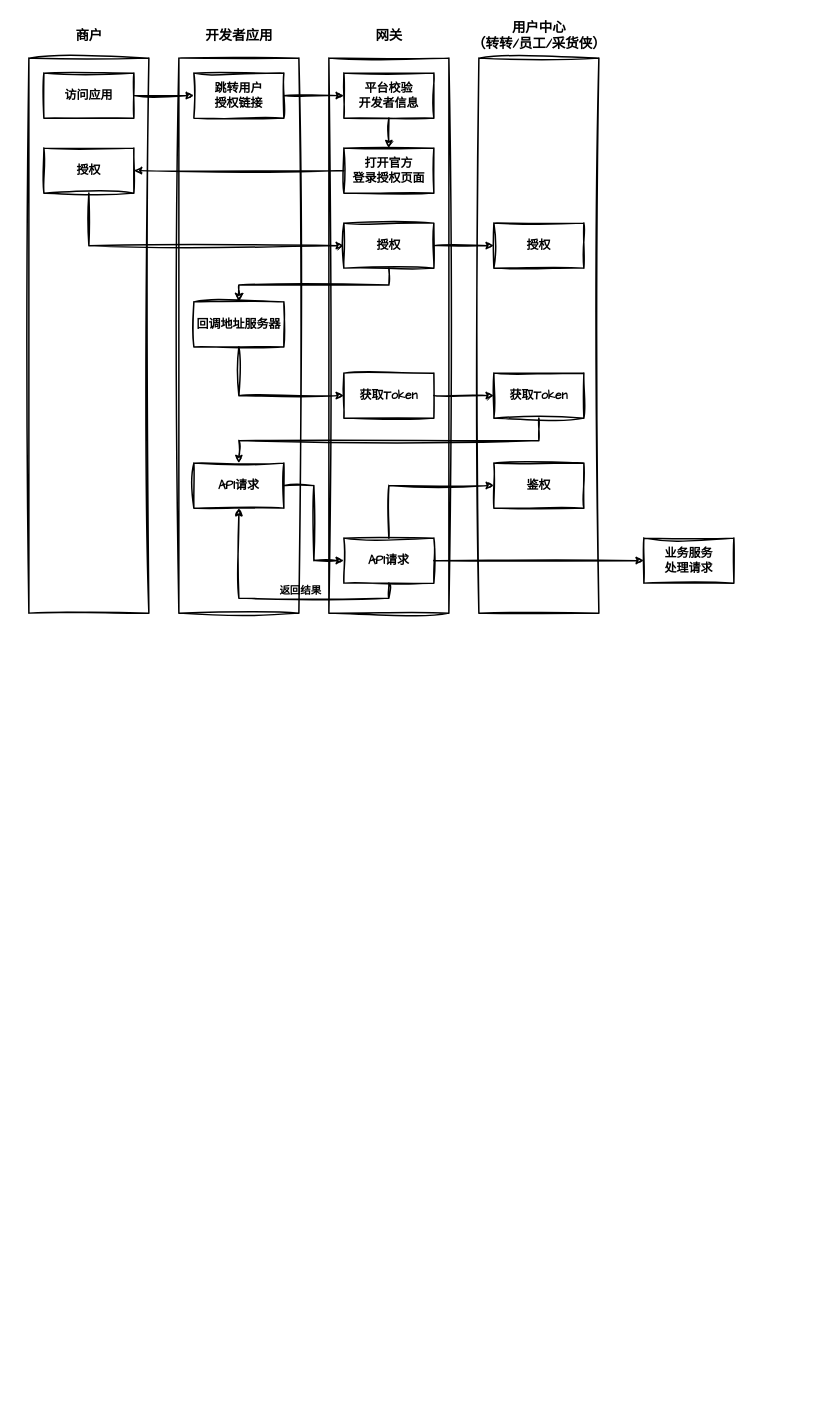
The draw.io diagram tech/proposal/oauth.drawio in zhuanzhuan-tech/arch-draw-io, before the edit. Source tidied: cells renumbered, new cells numbered last; positions are measured from the earlier drawing's top-left corner, leaving out a move shared by most shapes. Both pictures are drawn from the tidied source at 75%, with x=0, y=0 at pixel (28, 13).
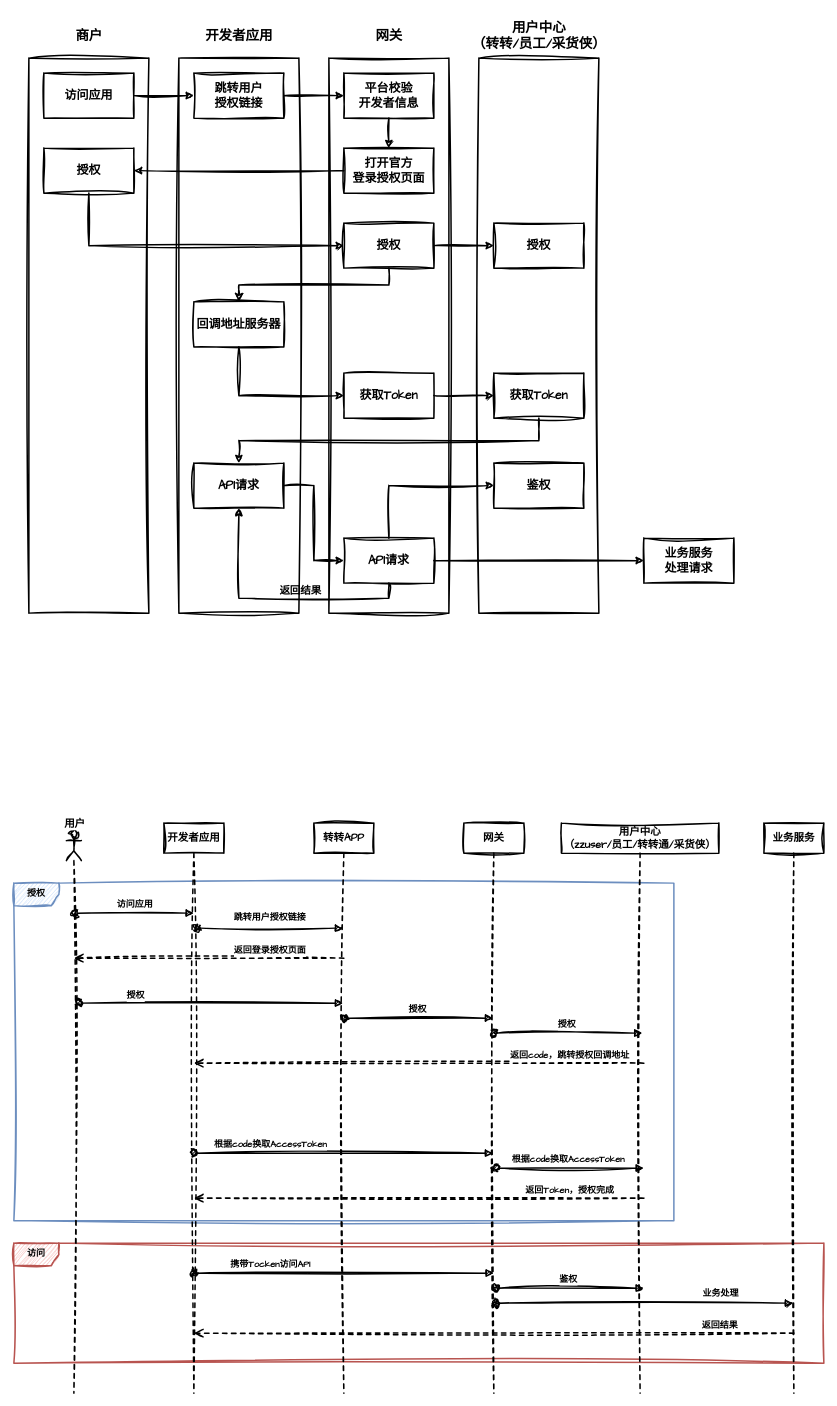
The same diagram, later.

Change to the diagram source:
```diff
@@
+    <mxCell id="39" value="&lt;b&gt;授权&lt;/b&gt;" style="shape=umlFrame;whiteSpace=wrap;html=1;sketch=1;hachureGap=4;jiggle=2;curveFitting=1;fontFamily=Architects Daughter;fillColor=#dae8fc;strokeColor=#6c8ebf;strokeWidth=2;" parent="1" vertex="1">
+      <mxGeometry x="-20" y="1160" width="880" height="450" as="geometry" />
+    </mxCell>
+    <mxCell id="40" value="&lt;b&gt;访问&lt;/b&gt;" style="shape=umlFrame;whiteSpace=wrap;html=1;sketch=1;hachureGap=4;jiggle=2;curveFitting=1;fontFamily=Architects Daughter;fillColor=#f8cecc;strokeColor=#b85450;strokeWidth=2;" parent="1" vertex="1">
+      <mxGeometry x="-20" y="1640" width="1080" height="160" as="geometry" />
+    </mxCell>
@@
+    <mxCell id="41" style="shape=umlLifeline;perimeter=lifelinePerimeter;whiteSpace=wrap;html=1;newEdgeStyle={&quot;curved&quot;:0,&quot;rounded&quot;:0};participant=umlActor;sketch=1;hachureGap=4;jiggle=2;curveFitting=1;fontFamily=Architects Daughter;strokeWidth=2;" parent="1" vertex="1">
+      <mxGeometry x="50" y="1090" width="20" height="750" as="geometry" />
+    </mxCell>
+    <mxCell id="42" value="&lt;b&gt;&lt;font style=&quot;font-size: 14px;&quot;&gt;开发者应用&lt;/font&gt;&lt;/b&gt;" style="shape=umlLifeline;perimeter=lifelinePerimeter;whiteSpace=wrap;html=1;outlineConnect=0;portConstraint=eastwest;newEdgeStyle={&quot;curved&quot;:0,&quot;rounded&quot;:0};sketch=1;hachureGap=4;jiggle=2;curveFitting=1;fontFamily=Architects Daughter;strokeWidth=2;fillColor=none;" parent="1" vertex="1">
+      <mxGeometry x="180" y="1080" width="80" height="760" as="geometry" />
+    </mxCell>
+    <mxCell id="43" value="&lt;b&gt;&lt;font style=&quot;font-size: 14px;&quot;&gt;转转APP&lt;/font&gt;&lt;/b&gt;" style="shape=umlLifeline;perimeter=lifelinePerimeter;whiteSpace=wrap;html=1;outlineConnect=0;portConstraint=eastwest;newEdgeStyle={&quot;curved&quot;:0,&quot;rounded&quot;:0};sketch=1;hachureGap=4;jiggle=2;curveFitting=1;fontFamily=Architects Daughter;strokeWidth=2;fillColor=none;" parent="1" vertex="1">
+      <mxGeometry x="380" y="1080" width="80" height="760" as="geometry" />
+    </mxCell>
+    <mxCell id="44" value="&lt;b&gt;&lt;font style=&quot;font-size: 14px;&quot;&gt;网关&lt;/font&gt;&lt;/b&gt;" style="shape=umlLifeline;perimeter=lifelinePerimeter;whiteSpace=wrap;html=1;outlineConnect=0;portConstraint=eastwest;newEdgeStyle={&quot;curved&quot;:0,&quot;rounded&quot;:0};sketch=1;hachureGap=4;jiggle=2;curveFitting=1;fontFamily=Architects Daughter;strokeWidth=2;fillColor=none;" parent="1" vertex="1">
+      <mxGeometry x="580" y="1080" width="80" height="760" as="geometry" />
+    </mxCell>
+    <mxCell id="45" value="&lt;b&gt;&lt;font style=&quot;font-size: 14px;&quot;&gt;用户中心&lt;/font&gt;&lt;/b&gt;&lt;div&gt;&lt;b&gt;&lt;font style=&quot;font-size: 14px;&quot;&gt;（zzuser/员工/转转通/采货侠）&lt;/font&gt;&lt;/b&gt;&lt;/div&gt;" style="shape=umlLifeline;perimeter=lifelinePerimeter;whiteSpace=wrap;html=1;newEdgeStyle={&quot;curved&quot;:0,&quot;rounded&quot;:0};sketch=1;hachureGap=4;jiggle=2;curveFitting=1;fontFamily=Architects Daughter;strokeWidth=2;fillColor=none;" parent="1" vertex="1">
+      <mxGeometry x="710" y="1080" width="210" height="760" as="geometry" />
+    </mxCell>
+    <mxCell id="46" value="&lt;b&gt;&lt;font style=&quot;font-size: 14px;&quot;&gt;业务服务&lt;/font&gt;&lt;/b&gt;" style="shape=umlLifeline;perimeter=lifelinePerimeter;whiteSpace=wrap;html=1;outlineConnect=0;portConstraint=eastwest;newEdgeStyle={&quot;curved&quot;:0,&quot;rounded&quot;:0};sketch=1;hachureGap=4;jiggle=2;curveFitting=1;fontFamily=Architects Daughter;strokeWidth=2;fillColor=none;" parent="1" vertex="1">
+      <mxGeometry x="980" y="1080" width="80" height="760" as="geometry" />
+    </mxCell>
+    <mxCell id="47" style="html=1;verticalAlign=bottom;startArrow=oval;startFill=1;endArrow=block;startSize=8;curved=0;rounded=0;sketch=1;hachureGap=4;jiggle=2;curveFitting=1;fontFamily=Architects Daughter;strokeWidth=2;" parent="1" edge="1">
+      <mxGeometry x="-1" y="-150" relative="1" as="geometry">
+        <mxPoint x="61" y="1200" as="sourcePoint" />
+        <mxPoint x="220" y="1200" as="targetPoint" />
+        <mxPoint x="-141" y="-100" as="offset" />
+      </mxGeometry>
+    </mxCell>
+    <mxCell id="48" value="&lt;font style=&quot;font-size: 12px;&quot;&gt;&lt;b&gt;访问应用&lt;/b&gt;&lt;/font&gt;" style="edgeLabel;html=1;align=center;verticalAlign=middle;sketch=1;hachureGap=4;jiggle=2;curveFitting=1;fontFamily=Architects Daughter;" parent="47" vertex="1">
+      <mxGeometry x="-0.13" y="4" relative="1" as="geometry">
+        <mxPoint x="10" y="-8" as="offset" />
+      </mxGeometry>
+    </mxCell>
+    <mxCell id="49" style="html=1;verticalAlign=bottom;startArrow=oval;startFill=1;endArrow=block;startSize=8;curved=0;rounded=0;sketch=1;hachureGap=4;jiggle=2;curveFitting=1;fontFamily=Architects Daughter;strokeWidth=2;" parent="1" edge="1" target="43">
+      <mxGeometry x="-1" y="-150" relative="1" as="geometry">
+        <mxPoint x="225" y="1220" as="sourcePoint" />
+        <mxPoint x="-141" y="-100" as="offset" />
+      </mxGeometry>
+    </mxCell>
+    <mxCell id="50" value="&lt;span style=&quot;font-size: 12px;&quot;&gt;&lt;b&gt;跳转用户授权链接&lt;/b&gt;&lt;/span&gt;" style="edgeLabel;html=1;align=center;verticalAlign=middle;sketch=1;hachureGap=4;jiggle=2;curveFitting=1;fontFamily=Architects Daughter;" parent="49" vertex="1">
+      <mxGeometry x="-0.13" y="4" relative="1" as="geometry">
+        <mxPoint x="11" y="-10" as="offset" />
+      </mxGeometry>
+    </mxCell>
+    <mxCell id="51" style="html=1;verticalAlign=bottom;endArrow=open;dashed=1;endSize=8;curved=0;rounded=0;sketch=1;hachureGap=4;jiggle=2;curveFitting=1;fontFamily=Architects Daughter;strokeWidth=2;" parent="1" edge="1">
+      <mxGeometry x="-0.17" y="-10" relative="1" as="geometry">
+        <mxPoint x="420" y="1260" as="sourcePoint" />
+        <mxPoint x="60" y="1260" as="targetPoint" />
+      </mxGeometry>
+    </mxCell>
+    <mxCell id="52" value="&lt;span style=&quot;font-size: 12px;&quot;&gt;&lt;b&gt;返回登录授权页面&lt;/b&gt;&lt;/span&gt;" style="edgeLabel;html=1;align=center;verticalAlign=middle;sketch=1;hachureGap=4;jiggle=2;curveFitting=1;fontFamily=Architects Daughter;" parent="1" vertex="1">
+      <mxGeometry x="320" y="1250" as="geometry" />
+    </mxCell>
+    <mxCell id="53" style="html=1;verticalAlign=bottom;startArrow=oval;startFill=1;endArrow=block;startSize=8;curved=0;rounded=0;sketch=1;hachureGap=4;jiggle=2;curveFitting=1;fontFamily=Architects Daughter;strokeWidth=2;" parent="1" edge="1" target="43">
+      <mxGeometry x="-1" y="-150" relative="1" as="geometry">
+        <mxPoint x="66" y="1320" as="sourcePoint" />
+        <mxPoint x="-141" y="-100" as="offset" />
+      </mxGeometry>
+    </mxCell>
+    <mxCell id="54" value="&lt;span style=&quot;font-size: 12px;&quot;&gt;&lt;b&gt;授权&lt;/b&gt;&lt;/span&gt;" style="edgeLabel;html=1;align=center;verticalAlign=middle;sketch=1;hachureGap=4;jiggle=2;curveFitting=1;fontFamily=Architects Daughter;" parent="53" vertex="1">
+      <mxGeometry x="-0.13" y="4" relative="1" as="geometry">
+        <mxPoint x="-79" y="-6" as="offset" />
+      </mxGeometry>
+    </mxCell>
+    <mxCell id="55" style="html=1;verticalAlign=bottom;startArrow=oval;startFill=1;endArrow=block;startSize=8;curved=0;rounded=0;sketch=1;hachureGap=4;jiggle=2;curveFitting=1;fontFamily=Architects Daughter;strokeWidth=2;" parent="1" edge="1" target="44">
+      <mxGeometry x="-1" y="-150" relative="1" as="geometry">
+        <mxPoint x="421" y="1340" as="sourcePoint" />
+        <mxPoint x="-141" y="-100" as="offset" />
+      </mxGeometry>
+    </mxCell>
+    <mxCell id="56" value="&lt;font style=&quot;font-size: 12px;&quot;&gt;&lt;b&gt;授权&lt;/b&gt;&lt;/font&gt;" style="edgeLabel;html=1;align=center;verticalAlign=middle;sketch=1;hachureGap=4;jiggle=2;curveFitting=1;fontFamily=Architects Daughter;" parent="55" vertex="1">
+      <mxGeometry x="-0.13" y="4" relative="1" as="geometry">
+        <mxPoint x="10" y="-8" as="offset" />
+      </mxGeometry>
+    </mxCell>
+    <mxCell id="57" style="html=1;verticalAlign=bottom;startArrow=oval;startFill=1;endArrow=block;startSize=8;curved=0;rounded=0;sketch=1;hachureGap=4;jiggle=2;curveFitting=1;fontFamily=Architects Daughter;strokeWidth=2;" parent="1" edge="1">
+      <mxGeometry x="-1" y="-150" relative="1" as="geometry">
+        <mxPoint x="620" y="1360" as="sourcePoint" />
+        <mxPoint x="818" y="1360" as="targetPoint" />
+        <mxPoint x="-141" y="-100" as="offset" />
+      </mxGeometry>
+    </mxCell>
+    <mxCell id="58" value="&lt;font style=&quot;font-size: 12px;&quot;&gt;&lt;b&gt;授权&lt;/b&gt;&lt;/font&gt;" style="edgeLabel;html=1;align=center;verticalAlign=middle;sketch=1;hachureGap=4;jiggle=2;curveFitting=1;fontFamily=Architects Daughter;" parent="57" vertex="1">
+      <mxGeometry x="-0.13" y="4" relative="1" as="geometry">
+        <mxPoint x="10" y="-8" as="offset" />
+      </mxGeometry>
+    </mxCell>
+    <mxCell id="59" style="html=1;verticalAlign=bottom;endArrow=open;dashed=1;endSize=8;curved=0;rounded=0;sketch=1;hachureGap=4;jiggle=2;curveFitting=1;fontFamily=Architects Daughter;strokeWidth=2;" parent="1" edge="1" target="42">
+      <mxGeometry x="-0.17" y="-10" relative="1" as="geometry">
+        <mxPoint x="820" y="1400" as="sourcePoint" />
+      </mxGeometry>
+    </mxCell>
+    <mxCell id="60" value="&lt;font style=&quot;font-size: 12px;&quot;&gt;&lt;b&gt;返回code，跳转授权回调地址&lt;/b&gt;&lt;/font&gt;" style="edgeLabel;html=1;align=center;verticalAlign=middle;sketch=1;hachureGap=4;jiggle=2;curveFitting=1;fontFamily=Architects Daughter;" parent="1" vertex="1">
+      <mxGeometry x="720" y="1390" as="geometry" />
+    </mxCell>
+    <mxCell id="61" style="html=1;verticalAlign=bottom;startArrow=oval;startFill=1;endArrow=block;startSize=8;curved=0;rounded=0;sketch=1;hachureGap=4;jiggle=2;curveFitting=1;fontFamily=Architects Daughter;strokeWidth=2;" parent="1" edge="1" target="44">
+      <mxGeometry x="-1" y="-150" relative="1" as="geometry">
+        <mxPoint x="220" y="1520" as="sourcePoint" />
+        <mxPoint x="-141" y="-100" as="offset" />
+      </mxGeometry>
+    </mxCell>
+    <mxCell id="62" value="&lt;font style=&quot;font-size: 12px;&quot;&gt;&lt;b&gt;根据code换取AccessToken&lt;/b&gt;&lt;/font&gt;" style="edgeLabel;html=1;align=center;verticalAlign=middle;sketch=1;hachureGap=4;jiggle=2;curveFitting=1;fontFamily=Architects Daughter;" parent="61" vertex="1">
+      <mxGeometry x="-0.13" y="4" relative="1" as="geometry">
+        <mxPoint x="-73" y="-8" as="offset" />
+      </mxGeometry>
+    </mxCell>
+    <mxCell id="63" style="html=1;verticalAlign=bottom;startArrow=oval;startFill=1;endArrow=block;startSize=8;curved=0;rounded=0;sketch=1;hachureGap=4;jiggle=2;curveFitting=1;fontFamily=Architects Daughter;strokeWidth=2;" parent="1" edge="1">
+      <mxGeometry x="-1" y="-150" relative="1" as="geometry">
+        <mxPoint x="622" y="1540" as="sourcePoint" />
+        <mxPoint x="820" y="1540" as="targetPoint" />
+        <mxPoint x="-141" y="-100" as="offset" />
+      </mxGeometry>
+    </mxCell>
+    <mxCell id="64" value="&lt;font style=&quot;font-size: 12px;&quot;&gt;&lt;b&gt;根据code换取AccessToken&lt;/b&gt;&lt;/font&gt;" style="edgeLabel;html=1;align=center;verticalAlign=middle;sketch=1;hachureGap=4;jiggle=2;curveFitting=1;fontFamily=Architects Daughter;" parent="63" vertex="1">
+      <mxGeometry x="-0.13" y="4" relative="1" as="geometry">
+        <mxPoint x="10" y="-8" as="offset" />
+      </mxGeometry>
+    </mxCell>
+    <mxCell id="65" style="html=1;verticalAlign=bottom;endArrow=open;dashed=1;endSize=8;curved=0;rounded=0;sketch=1;hachureGap=4;jiggle=2;curveFitting=1;fontFamily=Architects Daughter;strokeWidth=2;" parent="1" edge="1">
+      <mxGeometry x="-0.17" y="-10" relative="1" as="geometry">
+        <mxPoint x="820" y="1580" as="sourcePoint" />
+        <mxPoint x="220" y="1580" as="targetPoint" />
+      </mxGeometry>
+    </mxCell>
+    <mxCell id="66" value="&lt;font style=&quot;font-size: 12px;&quot;&gt;&lt;b&gt;返回Token，授权完成&lt;/b&gt;&lt;/font&gt;" style="edgeLabel;html=1;align=center;verticalAlign=middle;sketch=1;hachureGap=4;jiggle=2;curveFitting=1;fontFamily=Architects Daughter;" parent="1" vertex="1">
+      <mxGeometry x="720" y="1570" as="geometry" />
+    </mxCell>
+    <mxCell id="67" style="html=1;verticalAlign=bottom;startArrow=oval;startFill=1;endArrow=block;startSize=8;curved=0;rounded=0;sketch=1;hachureGap=4;jiggle=2;curveFitting=1;fontFamily=Architects Daughter;strokeWidth=2;" parent="1" edge="1">
+      <mxGeometry x="-1" y="-150" relative="1" as="geometry">
+        <mxPoint x="221" y="1680" as="sourcePoint" />
+        <mxPoint x="620" y="1680" as="targetPoint" />
+        <mxPoint x="-141" y="-100" as="offset" />
+      </mxGeometry>
+    </mxCell>
+    <mxCell id="68" value="&lt;font style=&quot;font-size: 12px;&quot;&gt;&lt;b&gt;携带Tocken访问API&lt;/b&gt;&lt;/font&gt;" style="edgeLabel;html=1;align=center;verticalAlign=middle;sketch=1;hachureGap=4;jiggle=2;curveFitting=1;fontFamily=Architects Daughter;" parent="67" vertex="1">
+      <mxGeometry x="-0.13" y="4" relative="1" as="geometry">
+        <mxPoint x="-74" y="-8" as="offset" />
+      </mxGeometry>
+    </mxCell>
+    <mxCell id="69" style="html=1;verticalAlign=bottom;startArrow=oval;startFill=1;endArrow=block;startSize=8;curved=0;rounded=0;sketch=1;hachureGap=4;jiggle=2;curveFitting=1;fontFamily=Architects Daughter;strokeWidth=2;" parent="1" edge="1">
+      <mxGeometry x="-1" y="-150" relative="1" as="geometry">
+        <mxPoint x="622" y="1700" as="sourcePoint" />
+        <mxPoint x="820" y="1700" as="targetPoint" />
+        <mxPoint x="-141" y="-100" as="offset" />
+      </mxGeometry>
+    </mxCell>
+    <mxCell id="70" value="&lt;font style=&quot;font-size: 12px;&quot;&gt;&lt;b&gt;鉴权&lt;/b&gt;&lt;/font&gt;" style="edgeLabel;html=1;align=center;verticalAlign=middle;sketch=1;hachureGap=4;jiggle=2;curveFitting=1;fontFamily=Architects Daughter;" parent="69" vertex="1">
+      <mxGeometry x="-0.13" y="4" relative="1" as="geometry">
+        <mxPoint x="10" y="-8" as="offset" />
+      </mxGeometry>
+    </mxCell>
+    <mxCell id="71" style="html=1;verticalAlign=bottom;startArrow=oval;startFill=1;endArrow=block;startSize=8;curved=0;rounded=0;sketch=1;hachureGap=4;jiggle=2;curveFitting=1;fontFamily=Architects Daughter;strokeWidth=2;" parent="1" edge="1" target="46">
+      <mxGeometry x="-1" y="-150" relative="1" as="geometry">
+        <mxPoint x="622" y="1720" as="sourcePoint" />
+        <mxPoint x="-141" y="-100" as="offset" />
+      </mxGeometry>
+    </mxCell>
+    <mxCell id="72" value="&lt;font style=&quot;font-size: 12px;&quot;&gt;&lt;b&gt;业务处理&lt;/b&gt;&lt;/font&gt;" style="edgeLabel;html=1;align=center;verticalAlign=middle;sketch=1;hachureGap=4;jiggle=2;curveFitting=1;fontFamily=Architects Daughter;" parent="71" vertex="1">
+      <mxGeometry x="-0.13" y="4" relative="1" as="geometry">
+        <mxPoint x="126" y="-9" as="offset" />
+      </mxGeometry>
+    </mxCell>
+    <mxCell id="73" style="html=1;verticalAlign=bottom;endArrow=open;dashed=1;endSize=8;curved=0;rounded=0;sketch=1;hachureGap=4;jiggle=2;curveFitting=1;fontFamily=Architects Daughter;strokeWidth=2;" parent="1" edge="1" target="42">
+      <mxGeometry x="-0.17" y="-10" relative="1" as="geometry">
+        <mxPoint x="1020" y="1760" as="sourcePoint" />
+      </mxGeometry>
+    </mxCell>
+    <mxCell id="74" value="&lt;font style=&quot;font-size: 12px;&quot;&gt;&lt;b&gt;返回结果&lt;/b&gt;&lt;/font&gt;" style="edgeLabel;html=1;align=center;verticalAlign=middle;sketch=1;hachureGap=4;jiggle=2;curveFitting=1;fontFamily=Architects Daughter;" parent="1" vertex="1">
+      <mxGeometry x="920" y="1750" as="geometry" />
+    </mxCell>
+    <mxCell id="75" value="&lt;font style=&quot;font-size: 14px;&quot;&gt;&lt;b style=&quot;&quot;&gt;用户&lt;/b&gt;&lt;/font&gt;" style="edgeLabel;html=1;align=center;verticalAlign=middle;sketch=1;hachureGap=4;jiggle=2;curveFitting=1;fontFamily=Architects Daughter;" parent="1" vertex="1">
+      <mxGeometry x="60" y="1080" as="geometry" />
+    </mxCell>
```
